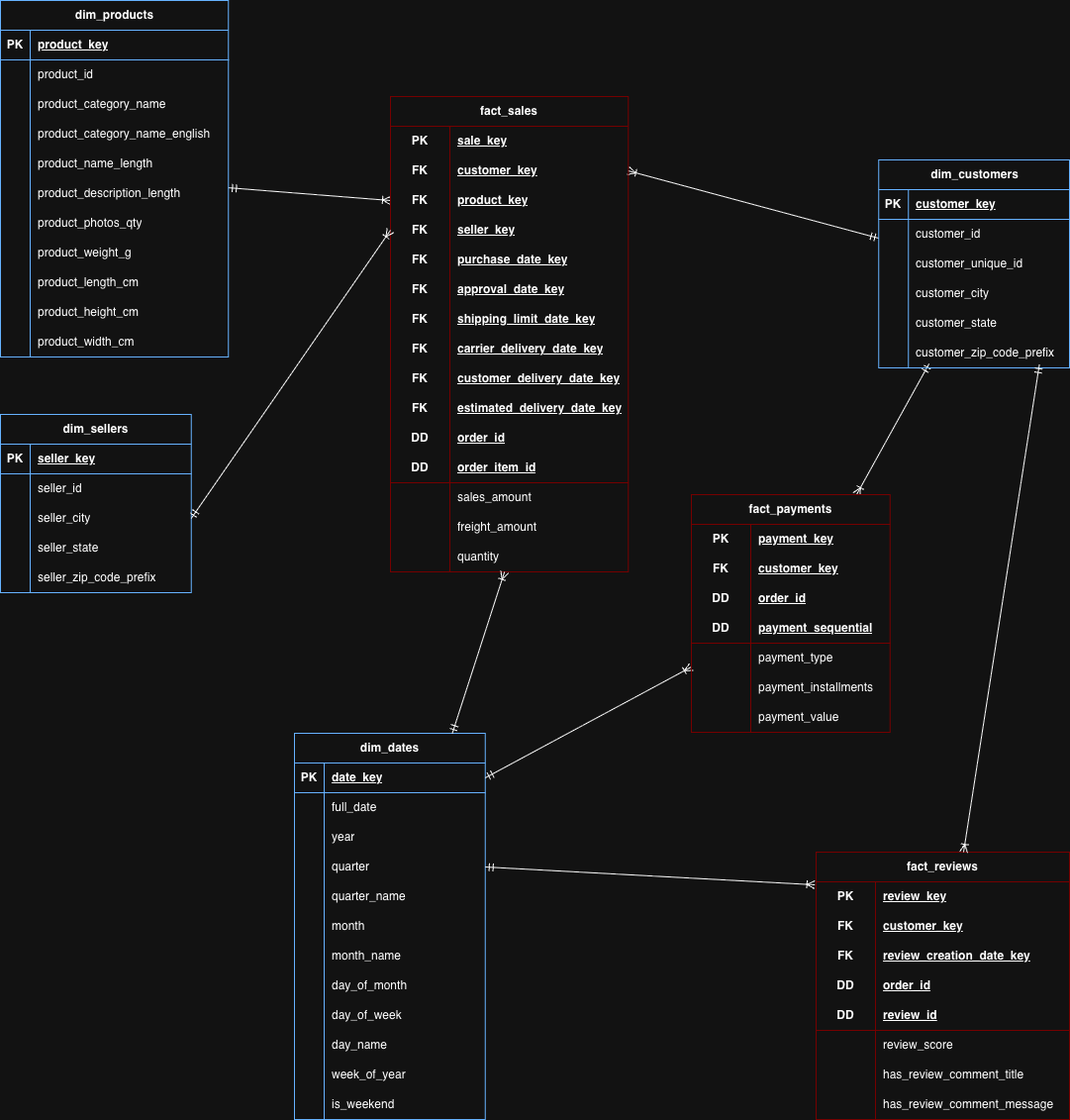
aatmaneoulmouden/olist-data-warehouse keeps this draw.io diagram as diagrams/gold-layer-dimensional-model.png. Above is the earlier version. Source tidied: cells renumbered, new cells last; positions are measured from the earlier drawing's top-left corner, leaving out a move shared by most shapes.
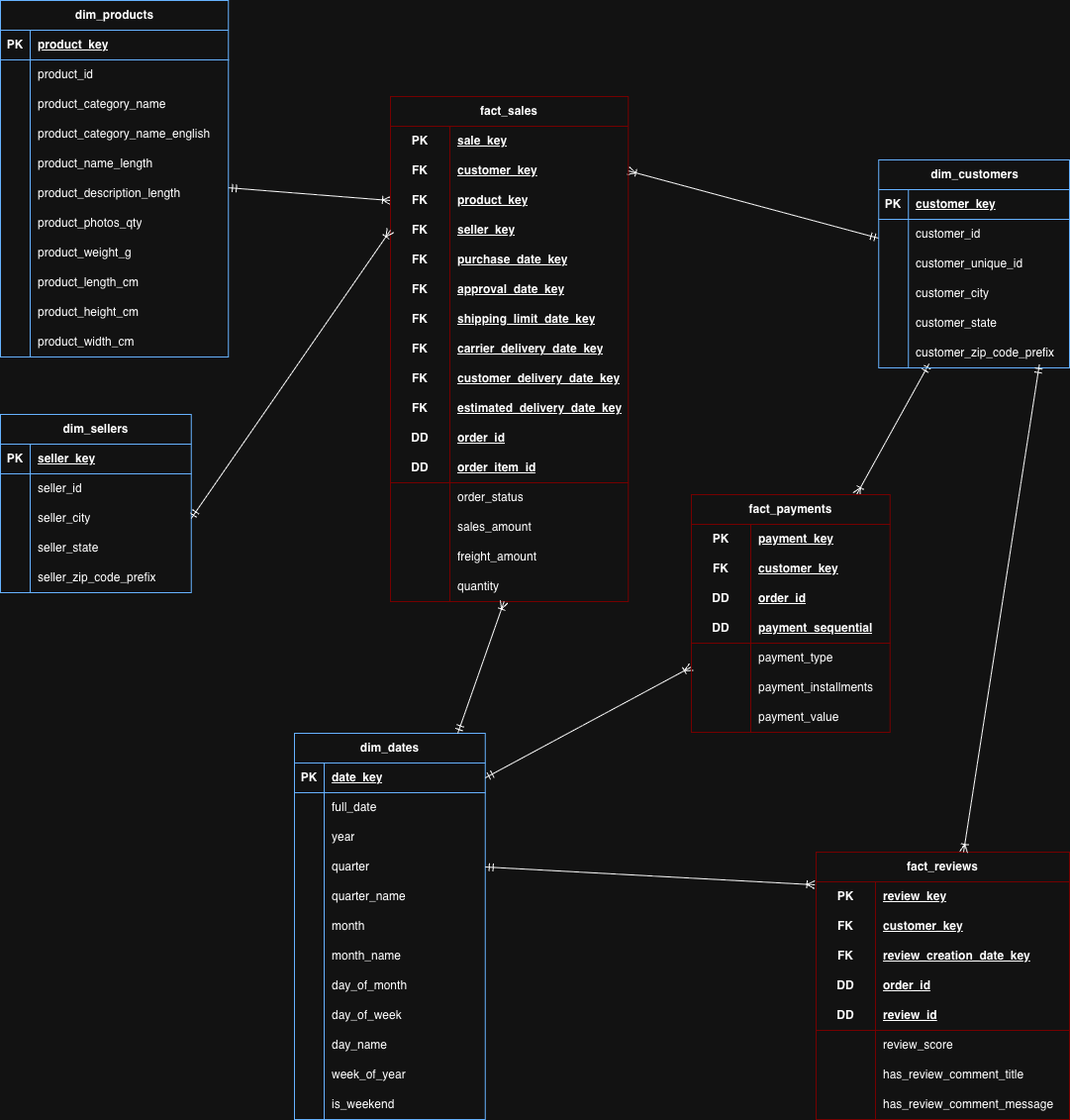
After the change.

Commit message:
feat(gold): add order status to fact_sales

Change to the diagram source:
```diff
@@ -330,7 +330,7 @@
       <mxGeometry x="30" width="162.8" height="30" as="geometry" />
     </mxCell>
     <mxCell id="111" value="fact_sales" style="shape=table;startSize=30;rowLines=0;fontStyle=1;align=center;html=1;whiteSpace=wrap;strokeColor=light-dark(#000000,#750000);" parent="1" vertex="1">
-      <mxGeometry x="394" y="97" width="240.1" height="480" as="geometry" />
+      <mxGeometry x="394" y="97" width="240.1" height="510" as="geometry" />
     </mxCell>
     <mxCell id="112" style="shape=tableRow;horizontal=0;startSize=0;swimlaneHead=0;swimlaneBody=0;fillColor=none;top=0;left=0;right=0;bottom=0;html=1;strokeColor=light-dark(#000000,#750000);" parent="111" vertex="1">
       <mxGeometry y="30" width="240.1" height="30" as="geometry" />
@@ -440,8 +440,17 @@
     <mxCell id="147" value="order_item_id" style="shape=partialRectangle;fillColor=none;top=0;left=0;bottom=0;right=0;align=left;spacingLeft=6;fontStyle=5;overflow=hidden;html=1;whiteSpace=wrap;strokeColor=light-dark(#000000,#750000);" parent="145" vertex="1">
       <mxGeometry x="60" width="180.1" height="30" as="geometry" />
     </mxCell>
+    <mxCell id="209" style="shape=tableRow;horizontal=0;startSize=0;swimlaneHead=0;swimlaneBody=0;fillColor=none;top=0;left=0;right=0;bottom=0;html=1;strokeColor=light-dark(#000000,#750000);" parent="111" vertex="1">
+      <mxGeometry y="390" width="240.1" height="30" as="geometry" />
+    </mxCell>
+    <mxCell id="210" style="shape=partialRectangle;fillColor=none;top=0;left=0;bottom=0;right=0;overflow=hidden;html=1;whiteSpace=wrap;strokeColor=light-dark(#000000,#750000);" parent="209" vertex="1">
+      <mxGeometry width="60" height="30" as="geometry" />
+    </mxCell>
+    <mxCell id="211" value="order_status" style="shape=partialRectangle;fillColor=none;top=0;left=0;bottom=0;right=0;align=left;spacingLeft=6;overflow=hidden;html=1;whiteSpace=wrap;strokeColor=light-dark(#000000,#750000);" parent="209" vertex="1">
+      <mxGeometry x="60" width="180.1" height="30" as="geometry" />
+    </mxCell>
     <mxCell id="148" style="shape=tableRow;horizontal=0;startSize=0;swimlaneHead=0;swimlaneBody=0;fillColor=none;top=0;left=0;right=0;bottom=0;html=1;strokeColor=light-dark(#000000,#750000);" parent="111" vertex="1">
-      <mxGeometry y="390" width="240.1" height="30" as="geometry" />
+      <mxGeometry y="420" width="240.1" height="30" as="geometry" />
     </mxCell>
     <mxCell id="149" style="shape=partialRectangle;fillColor=none;top=0;left=0;bottom=0;right=0;overflow=hidden;html=1;whiteSpace=wrap;strokeColor=light-dark(#000000,#750000);" parent="148" vertex="1">
       <mxGeometry width="60" height="30" as="geometry" />
@@ -450,7 +459,7 @@
       <mxGeometry x="60" width="180.1" height="30" as="geometry" />
     </mxCell>
     <mxCell id="151" style="shape=tableRow;horizontal=0;startSize=0;swimlaneHead=0;swimlaneBody=0;fillColor=none;top=0;left=0;right=0;bottom=0;html=1;strokeColor=light-dark(#000000,#750000);" parent="111" vertex="1">
-      <mxGeometry y="420" width="240.1" height="30" as="geometry" />
+      <mxGeometry y="450" width="240.1" height="30" as="geometry" />
     </mxCell>
     <mxCell id="152" style="shape=partialRectangle;fillColor=none;top=0;left=0;bottom=0;right=0;overflow=hidden;html=1;whiteSpace=wrap;strokeColor=light-dark(#000000,#750000);" parent="151" vertex="1">
       <mxGeometry width="60" height="30" as="geometry" />
@@ -459,7 +468,7 @@
       <mxGeometry x="60" width="180.1" height="30" as="geometry" />
     </mxCell>
     <mxCell id="154" style="shape=tableRow;horizontal=0;startSize=0;swimlaneHead=0;swimlaneBody=0;fillColor=none;points=[[0,0.5],[1,0.5]];portConstraint=eastwest;top=0;left=0;right=0;bottom=0;html=1;strokeColor=light-dark(#000000,#750000);" parent="111" vertex="1">
-      <mxGeometry y="450" width="240.1" height="30" as="geometry" />
+      <mxGeometry y="480" width="240.1" height="30" as="geometry" />
     </mxCell>
     <mxCell id="155" style="shape=partialRectangle;fillColor=none;top=0;left=0;bottom=0;right=0;overflow=hidden;html=1;whiteSpace=wrap;strokeColor=light-dark(#000000,#750000);" parent="154" vertex="1">
       <mxGeometry width="60" height="30" as="geometry" />
```
